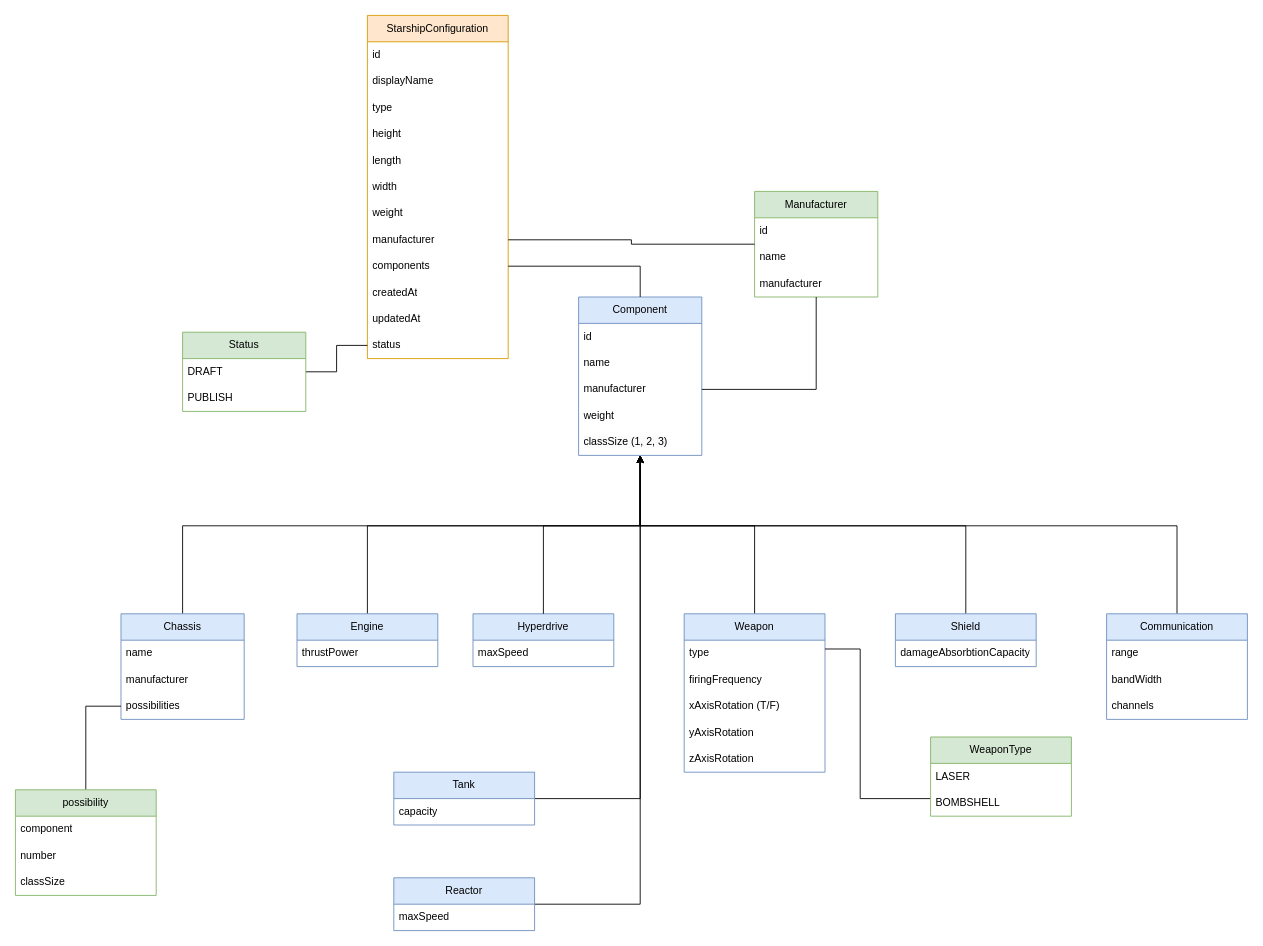
Above: page "Business Object Modélisation" (2 of 2) of doc/starshipConfigurer.drawio in skrollu/starship-configurer (draw.io), before the change. Source tidied: cells renumbered, new cells numbered last; positions are measured from the earlier drawing's top-left corner, leaving out a move shared by most shapes. Both pictures are drawn from the tidied source at 88%, with x=0, y=0 at pixel (15, 15).
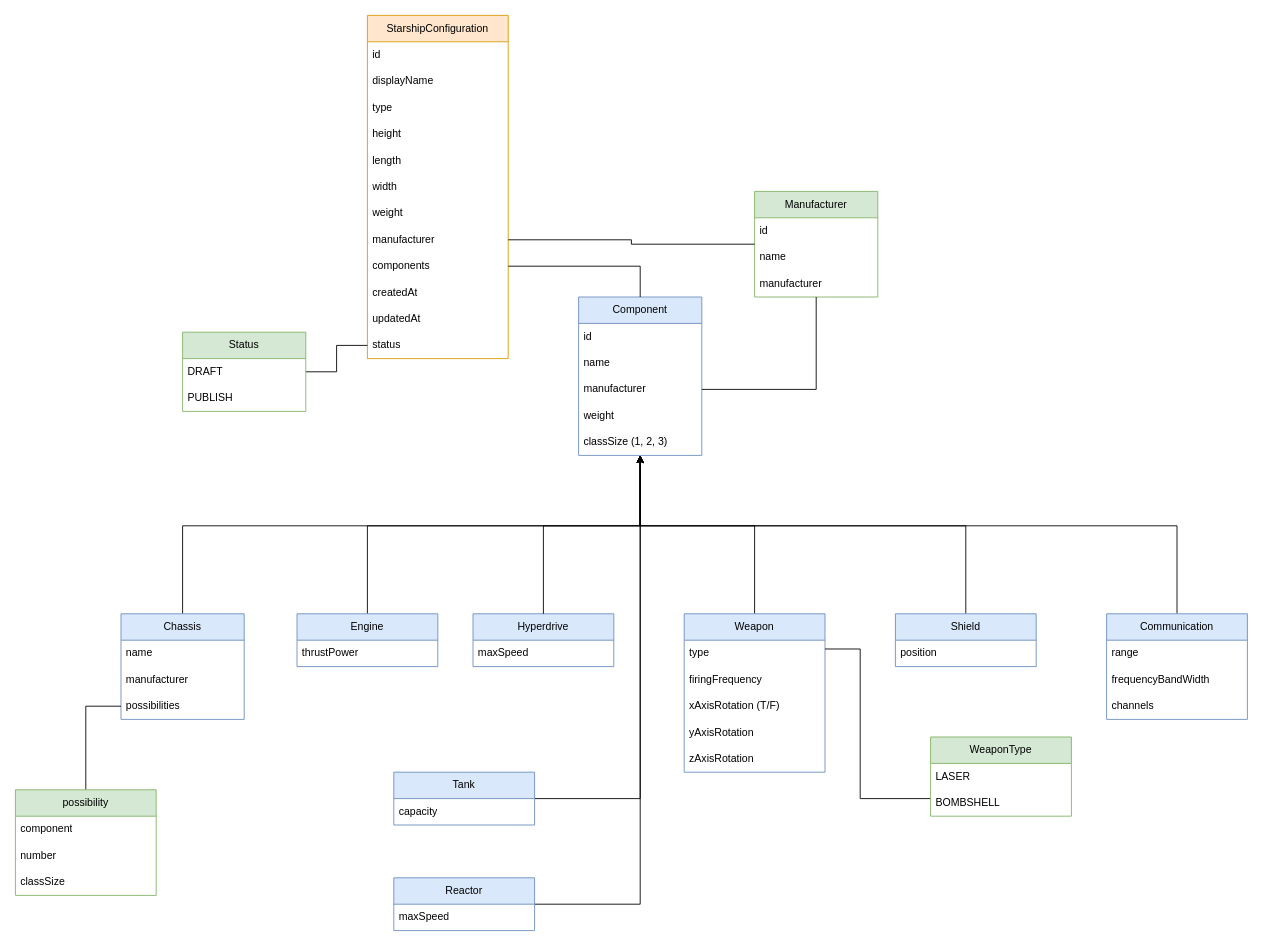
The same diagram, later.

The change refers to these unchanged cells:
```xml
<mxCell id="33" value="Shield" style="swimlane;fontStyle=0;horizontal=1;startSize=30;whiteSpace=wrap;html=1;fillColor=#dae8fc;strokeColor=#6c8ebf;" parent="1" vertex="1">
  <mxGeometry x="1000" y="680" width="160" height="60" as="geometry" />
</mxCell>
<mxCell id="43" value="Communication" style="swimlane;fontStyle=0;horizontal=1;startSize=30;whiteSpace=wrap;html=1;fillColor=#dae8fc;strokeColor=#6c8ebf;" parent="1" vertex="1">
  <mxGeometry x="1240" y="680" width="160" height="120" as="geometry" />
</mxCell>
```

The edit, as a diff of the source:
```diff
@@
-    <mxCell id="34" value="damageAbsorbtionCapacity" style="text;strokeColor=none;fillColor=none;align=left;verticalAlign=middle;spacingLeft=4;spacingRight=4;overflow=hidden;whiteSpace=wrap;html=1;" parent="33" vertex="1">
+    <mxCell id="34" value="position" style="text;strokeColor=none;fillColor=none;align=left;verticalAlign=middle;spacingLeft=4;spacingRight=4;overflow=hidden;whiteSpace=wrap;html=1;" parent="33" vertex="1">
       <mxGeometry y="30" width="160" height="30" as="geometry" />
     </mxCell>
@@
-    <mxCell id="45" value="bandWidth" style="text;strokeColor=none;fillColor=none;align=left;verticalAlign=middle;spacingLeft=4;spacingRight=4;overflow=hidden;whiteSpace=wrap;html=1;" parent="43" vertex="1">
+    <mxCell id="45" value="frequencyBandWidth" style="text;strokeColor=none;fillColor=none;align=left;verticalAlign=middle;spacingLeft=4;spacingRight=4;overflow=hidden;whiteSpace=wrap;html=1;" parent="43" vertex="1">
       <mxGeometry y="60" width="160" height="30" as="geometry" />
     </mxCell>
```
